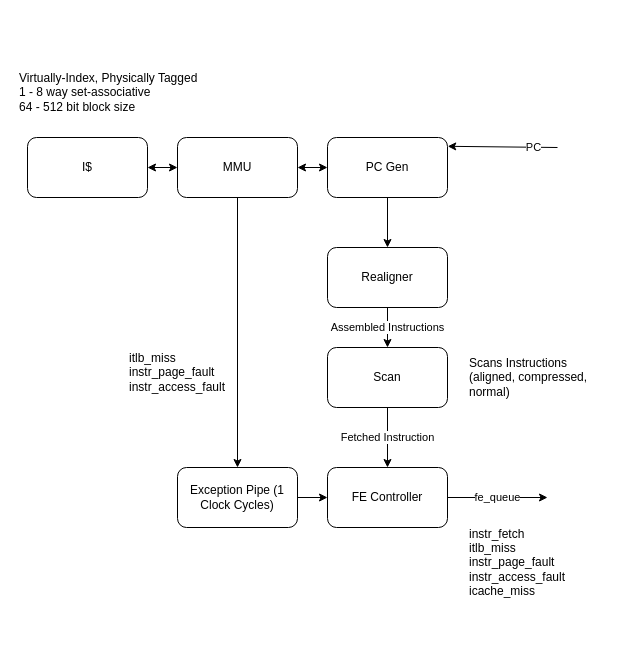
Before: page "Front End" (2 of 6) of diagrams/black_parrot.drawio in JefferyLim/ec513_final_project, a draw.io diagram. Source tidied: cells renumbered, new cells numbered last; positions are measured from the earlier drawing's top-left corner, leaving out a move shared by most shapes. Both pictures are drawn from the tidied source at 100%, with x=0, y=0 at pixel (17, 77).
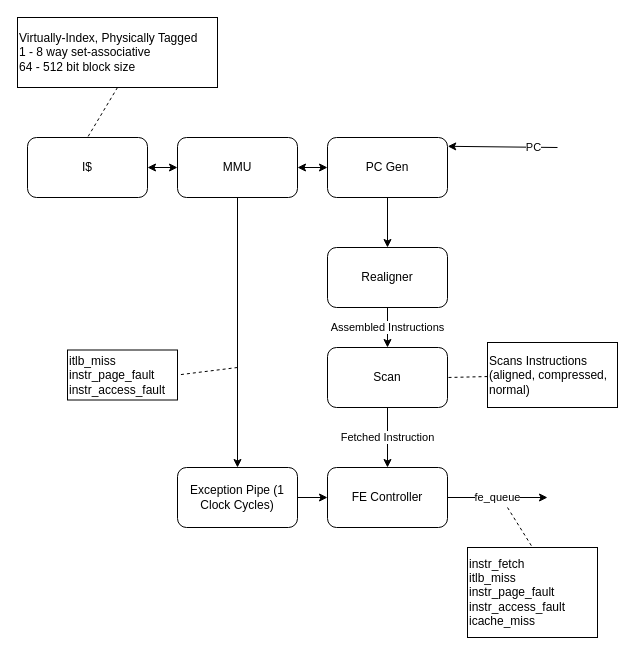
The same page after the edit.

The change refers to these unchanged cells:
```xml
<mxCell id="10" value="I$" style="rounded=1;whiteSpace=wrap;html=1;labelPosition=center;verticalLabelPosition=middle;align=center;verticalAlign=middle;" parent="1" vertex="1">
  <mxGeometry x="10" y="60" width="120" height="60" as="geometry" />
</mxCell>
<mxCell id="14" value="Scan" style="rounded=1;whiteSpace=wrap;html=1;labelPosition=center;verticalLabelPosition=middle;align=center;verticalAlign=middle;" parent="1" vertex="1">
  <mxGeometry x="310" y="270" width="120" height="60" as="geometry" />
</mxCell>
```

Diff of the diagram source:
```diff
@@
-    <mxCell id="17" value="Virtually-Index, Physically Tagged&lt;div&gt;1 - 8 way set-associative&lt;/div&gt;&lt;div&gt;64 - 512 bit block size&lt;/div&gt;" style="text;html=1;align=left;verticalAlign=middle;whiteSpace=wrap;rounded=0;" parent="1" vertex="1">
-      <mxGeometry width="200" height="30" as="geometry" />
+    <mxCell id="17" value="Virtually-Index, Physically Tagged&lt;div&gt;1 - 8 way set-associative&lt;/div&gt;&lt;div&gt;64 - 512 bit block size&lt;/div&gt;" style="text;html=1;align=left;verticalAlign=middle;whiteSpace=wrap;rounded=0;strokeColor=default;" parent="1" vertex="1">
+      <mxGeometry y="-60" width="200" height="70" as="geometry" />
     </mxCell>
-    <mxCell id="18" value="Scans Instructions (aligned, compressed, normal)" style="text;html=1;align=left;verticalAlign=middle;whiteSpace=wrap;rounded=0;" parent="1" vertex="1">
-      <mxGeometry x="450" y="285" width="130" height="30" as="geometry" />
+    <mxCell id="18" value="Scans Instructions (aligned, compressed, normal)" style="text;html=1;align=left;verticalAlign=middle;whiteSpace=wrap;rounded=0;strokeColor=default;" parent="1" vertex="1">
+      <mxGeometry x="470" y="265" width="130" height="65" as="geometry" />
     </mxCell>
-    <mxCell id="19" value="instr_fetch&lt;div&gt;itlb_miss&lt;/div&gt;&lt;div&gt;instr_page_fault&lt;/div&gt;&lt;div&gt;instr_access_fault&lt;/div&gt;&lt;div&gt;icache_miss&lt;/div&gt;" style="text;html=1;align=left;verticalAlign=middle;whiteSpace=wrap;rounded=0;" parent="1" vertex="1">
-      <mxGeometry x="450" y="470" width="130" height="30" as="geometry" />
+    <mxCell id="19" value="instr_fetch&lt;div&gt;itlb_miss&lt;/div&gt;&lt;div&gt;instr_page_fault&lt;/div&gt;&lt;div&gt;instr_access_fault&lt;/div&gt;&lt;div&gt;icache_miss&lt;/div&gt;" style="text;html=1;align=left;verticalAlign=middle;whiteSpace=wrap;rounded=0;strokeColor=default;" parent="1" vertex="1">
+      <mxGeometry x="450" y="470" width="130" height="90" as="geometry" />
     </mxCell>
@@
-    <mxCell id="22" value="&lt;div&gt;itlb_miss&lt;/div&gt;&lt;div&gt;instr_page_fault&lt;/div&gt;&lt;div&gt;instr_access_fault&lt;/div&gt;" style="text;html=1;align=left;verticalAlign=middle;whiteSpace=wrap;rounded=0;" parent="1" vertex="1">
-      <mxGeometry x="110" y="280" width="130" height="30" as="geometry" />
+    <mxCell id="22" value="&lt;div&gt;itlb_miss&lt;/div&gt;&lt;div&gt;instr_page_fault&lt;/div&gt;&lt;div&gt;instr_access_fault&lt;/div&gt;" style="text;html=1;align=left;verticalAlign=middle;whiteSpace=wrap;rounded=0;strokeColor=default;" parent="1" vertex="1">
+      <mxGeometry x="50" y="272.5" width="110" height="50" as="geometry" />
     </mxCell>
+    <mxCell id="23" style="endArrow=none;dashed=1;html=1;rounded=0;exitX=0.5;exitY=1;exitDx=0;exitDy=0;entryX=0.5;entryY=0;entryDx=0;entryDy=0;" parent="1" edge="1" source="17" target="10">
+      <mxGeometry relative="1" as="geometry" />
+    </mxCell>
+    <mxCell id="24" style="endArrow=none;dashed=1;html=1;rounded=0;entryX=1;entryY=0.5;entryDx=0;entryDy=0;" parent="1" edge="1" target="22">
+      <mxGeometry relative="1" as="geometry">
+        <mxPoint x="220" y="290" as="sourcePoint" />
+      </mxGeometry>
+    </mxCell>
+    <mxCell id="25" style="endArrow=none;dashed=1;html=1;rounded=0;entryX=1;entryY=0.5;entryDx=0;entryDy=0;" parent="1" edge="1" source="18" target="14">
+      <mxGeometry relative="1" as="geometry" />
+    </mxCell>
+    <mxCell id="26" style="endArrow=none;dashed=1;html=1;rounded=0;entryX=0.5;entryY=0;entryDx=0;entryDy=0;" parent="1" edge="1" target="19">
+      <mxGeometry relative="1" as="geometry">
+        <mxPoint x="490" y="430" as="sourcePoint" />
+      </mxGeometry>
+    </mxCell>
```
